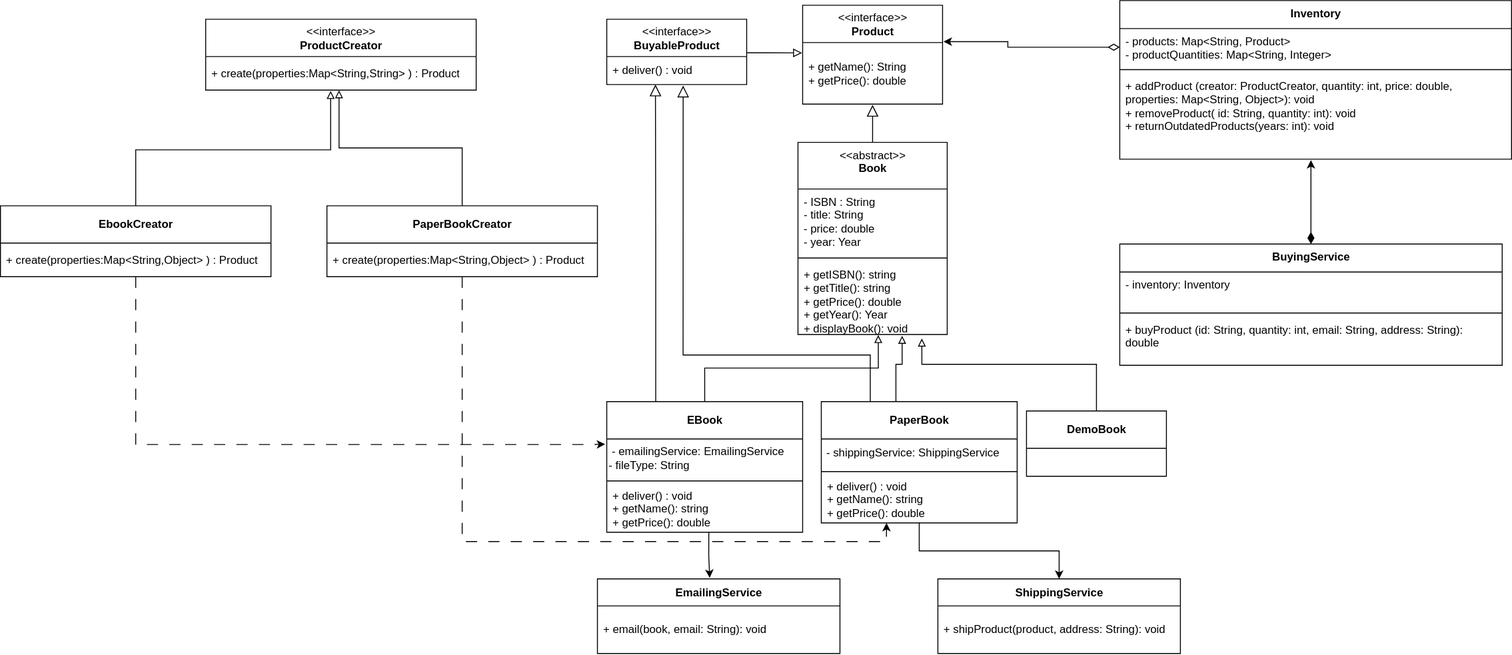
Daniel-Sameh/Fawry-Quantum-Bookstore keeps this draw.io diagram as docs/QuantumBookstore.drawio (2).svg. Above is the earlier version. Source tidied: cells renumbered, new cells last; positions are measured from the earlier drawing's top-left corner, leaving out a move shared by most shapes.
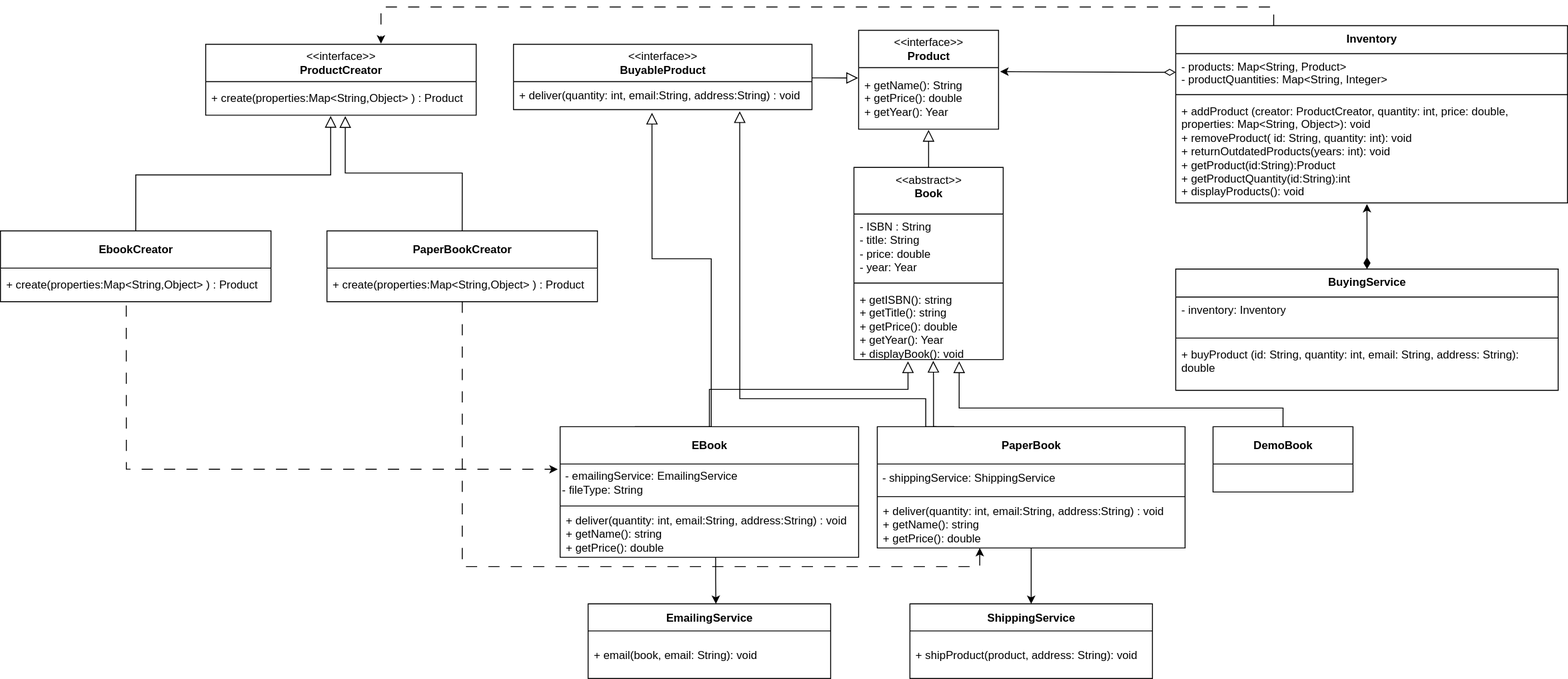
The same diagram one commit later.

The edit, as a diff of the source:
```diff
@@ -5,5 +5,5 @@
     <mxCell id="2" value="&lt;div&gt;&lt;span style=&quot;font-weight: 400;&quot;&gt;&amp;lt;&amp;lt;interface&amp;gt;&amp;gt;&lt;/span&gt;&lt;/div&gt;ProductCreator" style="swimlane;fontStyle=1;align=center;verticalAlign=middle;horizontal=1;startSize=40;html=1;whiteSpace=wrap;" parent="1" vertex="1">
-      <mxGeometry x="220" y="20" width="290" height="76" as="geometry" />
+      <mxGeometry x="160" y="20" width="290" height="76" as="geometry" />
     </mxCell>
-    <mxCell id="3" value="+ create(properties:Map&amp;lt;String,String&amp;gt; ) : Product" style="text;html=1;strokeColor=none;fillColor=none;align=left;verticalAlign=middle;spacingLeft=4;spacingRight=4;overflow=hidden;points=[[0,0.5],[1,0.5]];portConstraint=eastwest;whiteSpace=wrap;" parent="2" vertex="1">
+    <mxCell id="3" value="+ create(properties:Map&amp;lt;String,Object&amp;gt; ) : Product" style="text;html=1;strokeColor=none;fillColor=none;align=left;verticalAlign=middle;spacingLeft=4;spacingRight=4;overflow=hidden;points=[[0,0.5],[1,0.5]];portConstraint=eastwest;whiteSpace=wrap;" parent="2" vertex="1">
       <mxGeometry y="40" width="290" height="36" as="geometry" />
@@ -13,3 +13,3 @@
     </mxCell>
-    <mxCell id="5" value="&lt;div&gt;+ getName(): String&lt;/div&gt;&lt;div&gt;+ getPrice(): double&lt;/div&gt;" style="text;html=1;strokeColor=none;fillColor=none;align=left;verticalAlign=middle;spacingLeft=4;spacingRight=4;overflow=hidden;points=[[0,0.5],[1,0.5]];portConstraint=eastwest;whiteSpace=wrap;" parent="4" vertex="1">
+    <mxCell id="5" value="&lt;div&gt;+ getName(): String&lt;/div&gt;&lt;div&gt;+ getPrice(): double&lt;/div&gt;&lt;div&gt;+ getYear(): Year&lt;/div&gt;" style="text;html=1;strokeColor=none;fillColor=none;align=left;verticalAlign=middle;spacingLeft=4;spacingRight=4;overflow=hidden;points=[[0,0.5],[1,0.5]];portConstraint=eastwest;whiteSpace=wrap;" parent="4" vertex="1">
       <mxGeometry y="40" width="150" height="66" as="geometry" />
@@ -17,3 +17,3 @@
     <mxCell id="6" value="&lt;div&gt;&lt;span style=&quot;background-color: transparent; color: light-dark(rgb(0, 0, 0), rgb(255, 255, 255));&quot;&gt;EbookCreator&lt;/span&gt;&lt;/div&gt;" style="swimlane;fontStyle=1;align=center;verticalAlign=middle;horizontal=1;startSize=40;html=1;whiteSpace=wrap;" parent="1" vertex="1">
-      <mxGeometry y="220" width="290" height="76" as="geometry" />
+      <mxGeometry x="-60" y="220" width="290" height="76" as="geometry" />
     </mxCell>
@@ -23,3 +23,3 @@
     <mxCell id="8" value="&lt;div&gt;&lt;span style=&quot;background-color: transparent; color: light-dark(rgb(0, 0, 0), rgb(255, 255, 255));&quot;&gt;PaperBookCreator&lt;/span&gt;&lt;/div&gt;" style="swimlane;fontStyle=1;align=center;verticalAlign=middle;horizontal=1;startSize=40;html=1;whiteSpace=wrap;" parent="1" vertex="1">
-      <mxGeometry x="350" y="220" width="290" height="76" as="geometry" />
+      <mxGeometry x="290" y="220" width="290" height="76" as="geometry" />
     </mxCell>
@@ -41,21 +41,29 @@
     <mxCell id="14" value="&lt;div&gt;&lt;span style=&quot;background-color: transparent; color: light-dark(rgb(0, 0, 0), rgb(255, 255, 255));&quot;&gt;EBook&lt;/span&gt;&lt;/div&gt;" style="swimlane;fontStyle=1;align=center;verticalAlign=middle;horizontal=1;startSize=40;html=1;whiteSpace=wrap;" parent="1" vertex="1">
-      <mxGeometry x="650" y="430" width="210" height="140" as="geometry" />
+      <mxGeometry x="540" y="430" width="320" height="140" as="geometry" />
     </mxCell>
     <mxCell id="15" value="&amp;nbsp;- emailingService: EmailingService&lt;div&gt;- fileType: String&lt;/div&gt;" style="text;html=1;align=left;verticalAlign=middle;strokeColor=none;fillColor=none;" parent="14" vertex="1">
-      <mxGeometry y="40" width="210" height="40" as="geometry" />
+      <mxGeometry y="40" width="320" height="40" as="geometry" />
     </mxCell>
     <mxCell id="16" style="line;strokeWidth=1;fillColor=none;align=left;verticalAlign=middle;spacingTop=-1;spacingLeft=3;spacingRight=3;labelPosition=right;strokeColor=inherit;" parent="14" vertex="1">
-      <mxGeometry y="80" width="210" height="10" as="geometry" />
+      <mxGeometry y="80" width="320" height="10" as="geometry" />
     </mxCell>
-    <mxCell id="17" value="+ deliver() : void&lt;div&gt;+ getName(): string&lt;div&gt;+ getPrice(): double&lt;/div&gt;&lt;/div&gt;" style="text;html=1;strokeColor=none;fillColor=none;align=left;verticalAlign=middle;spacingLeft=4;spacingRight=4;overflow=hidden;points=[[0,0.5],[1,0.5]];portConstraint=eastwest;whiteSpace=wrap;" parent="14" vertex="1">
-      <mxGeometry y="90" width="210" height="50" as="geometry" />
+    <mxCell id="17" value="+ deliver(quantity: int, email:String, address:String) : void&lt;br&gt;&lt;div&gt;+ getName(): string&lt;div&gt;+ getPrice(): double&lt;/div&gt;&lt;/div&gt;" style="text;html=1;strokeColor=none;fillColor=none;align=left;verticalAlign=middle;spacingLeft=4;spacingRight=4;overflow=hidden;points=[[0,0.5],[1,0.5]];portConstraint=eastwest;whiteSpace=wrap;" parent="14" vertex="1">
+      <mxGeometry y="90" width="320" height="50" as="geometry" />
     </mxCell>
-    <mxCell id="18" style="edgeStyle=orthogonalEdgeStyle;rounded=0;jettySize=auto;html=1;exitX=0.5;exitY=0;exitDx=0;exitDy=0;entryX=0.538;entryY=1.007;entryDx=0;entryDy=0;entryPerimeter=0;endArrow=block;endFill=0;" parent="1" edge="1" source="14" target="13">
-      <mxGeometry relative="1" as="geometry" />
+    <mxCell id="18" style="edgeStyle=orthogonalEdgeStyle;rounded=0;jettySize=auto;html=1;exitX=0.5;exitY=0;exitDx=0;exitDy=0;entryX=0.362;entryY=1.024;entryDx=0;entryDy=0;entryPerimeter=0;endArrow=block;endFill=0;endSize=10;" parent="1" edge="1" source="14" target="13">
+      <mxGeometry relative="1" as="geometry">
+        <Array as="points">
+          <mxPoint x="700" y="390" />
+          <mxPoint x="913" y="390" />
+        </Array>
+      </mxGeometry>
     </mxCell>
-    <mxCell id="19" style="edgeStyle=orthogonalEdgeStyle;rounded=0;jettySize=auto;html=1;entryX=0.698;entryY=1.018;entryDx=0;entryDy=0;entryPerimeter=0;endArrow=block;endFill=0;exitX=0.381;exitY=0.003;exitDx=0;exitDy=0;exitPerimeter=0;" parent="1" edge="1" source="21" target="13">
+    <mxCell id="19" style="edgeStyle=orthogonalEdgeStyle;rounded=0;orthogonalLoop=1;jettySize=auto;html=1;entryX=0.698;entryY=1.018;entryDx=0;entryDy=0;entryPerimeter=0;endArrow=block;endFill=0;exitX=0.273;exitY=0;exitDx=0;exitDy=0;exitPerimeter=0;endSize=10;" parent="1" edge="1">
       <mxGeometry relative="1" as="geometry">
+        <mxPoint x="943.4" y="430" as="sourcePoint" />
+        <mxPoint x="940" y="359.4" as="targetPoint" />
         <Array as="points">
-          <mxPoint x="960" y="390" />
-          <mxPoint x="967" y="390" />
+          <mxPoint x="940.3" y="430" />
+          <mxPoint x="940.3" y="380" />
+          <mxPoint x="940.3" y="380" />
         </Array>
@@ -67,18 +75,18 @@
     <mxCell id="21" value="&lt;div&gt;&lt;span style=&quot;background-color: transparent; color: light-dark(rgb(0, 0, 0), rgb(255, 255, 255));&quot;&gt;PaperBook&lt;/span&gt;&lt;/div&gt;" style="swimlane;fontStyle=1;align=center;verticalAlign=middle;horizontal=1;startSize=40;html=1;whiteSpace=wrap;" parent="1" vertex="1">
-      <mxGeometry x="880" y="430" width="210" height="130" as="geometry" />
+      <mxGeometry x="880" y="430" width="330" height="130" as="geometry" />
     </mxCell>
     <mxCell id="22" value="&amp;nbsp;- shippingService: ShippingService" style="text;html=1;align=left;verticalAlign=middle;strokeColor=none;fillColor=none;" parent="21" vertex="1">
-      <mxGeometry y="40" width="210" height="30" as="geometry" />
+      <mxGeometry y="40" width="330" height="30" as="geometry" />
     </mxCell>
     <mxCell id="23" style="line;strokeWidth=1;fillColor=none;align=left;verticalAlign=middle;spacingTop=-1;spacingLeft=3;spacingRight=3;labelPosition=right;strokeColor=inherit;" parent="21" vertex="1">
-      <mxGeometry y="70" width="210" height="10" as="geometry" />
+      <mxGeometry y="70" width="330" height="10" as="geometry" />
     </mxCell>
-    <mxCell id="24" value="+ deliver() : void&lt;div&gt;+ getName(): string&lt;div&gt;+ getPrice(): double&lt;/div&gt;&lt;/div&gt;" style="text;html=1;strokeColor=none;fillColor=none;align=left;verticalAlign=middle;spacingLeft=4;spacingRight=4;overflow=hidden;points=[[0,0.5],[1,0.5]];portConstraint=eastwest;whiteSpace=wrap;" parent="21" vertex="1">
-      <mxGeometry y="80" width="210" height="50" as="geometry" />
+    <mxCell id="24" value="+ deliver(quantity: int, email:String, address:String) : void&lt;br&gt;&lt;div&gt;+ getName(): string&lt;div&gt;+ getPrice(): double&lt;/div&gt;&lt;/div&gt;" style="text;html=1;strokeColor=none;fillColor=none;align=left;verticalAlign=middle;spacingLeft=4;spacingRight=4;overflow=hidden;points=[[0,0.5],[1,0.5]];portConstraint=eastwest;whiteSpace=wrap;" parent="21" vertex="1">
+      <mxGeometry y="80" width="330" height="50" as="geometry" />
     </mxCell>
-    <mxCell id="25" style="edgeStyle=orthogonalEdgeStyle;rounded=0;jettySize=auto;html=1;exitX=0.5;exitY=0;exitDx=0;exitDy=0;entryX=0.462;entryY=1.024;entryDx=0;entryDy=0;entryPerimeter=0;endArrow=block;endFill=0;" parent="1" edge="1" source="6" target="3">
+    <mxCell id="25" style="edgeStyle=orthogonalEdgeStyle;rounded=0;jettySize=auto;html=1;exitX=0.5;exitY=0;exitDx=0;exitDy=0;entryX=0.462;entryY=1.024;entryDx=0;entryDy=0;entryPerimeter=0;endArrow=block;endFill=0;endSize=10;" parent="1" edge="1" source="6" target="3">
       <mxGeometry relative="1" as="geometry">
         <Array as="points">
-          <mxPoint x="145" y="160" />
-          <mxPoint x="354" y="160" />
+          <mxPoint x="85" y="160" />
+          <mxPoint x="294" y="160" />
         </Array>
@@ -86,10 +94,9 @@
     </mxCell>
-    <mxCell id="26" style="edgeStyle=orthogonalEdgeStyle;rounded=0;jettySize=auto;html=1;exitX=0.5;exitY=0;exitDx=0;exitDy=0;entryX=0.493;entryY=1.003;entryDx=0;entryDy=0;entryPerimeter=0;endArrow=block;endFill=0;" parent="1" edge="1" source="8" target="3">
+    <mxCell id="26" style="edgeStyle=orthogonalEdgeStyle;rounded=0;jettySize=auto;html=1;exitX=0.5;exitY=0;exitDx=0;exitDy=0;endArrow=block;endFill=0;endSize=10;entryX=0.516;entryY=1.028;entryDx=0;entryDy=0;entryPerimeter=0;" parent="1" edge="1" source="8" target="3">
       <mxGeometry relative="1" as="geometry" />
     </mxCell>
-    <mxCell id="27" style="edgeStyle=orthogonalEdgeStyle;rounded=0;jettySize=auto;html=1;entryX=-0.008;entryY=0.326;entryDx=0;entryDy=0;dashed=1;dashPattern=12 12;entryPerimeter=0;" parent="1" edge="1" source="7" target="14">
+    <mxCell id="27" style="edgeStyle=orthogonalEdgeStyle;rounded=0;jettySize=auto;html=1;entryX=-0.008;entryY=0.326;entryDx=0;entryDy=0;dashed=1;dashPattern=12 12;entryPerimeter=0;exitX=0.465;exitY=1.111;exitDx=0;exitDy=0;exitPerimeter=0;" parent="1" edge="1" source="7" target="14">
       <mxGeometry relative="1" as="geometry">
         <Array as="points">
-          <mxPoint x="145" y="476" />
-          <mxPoint x="630" y="476" />
+          <mxPoint x="75" y="476" />
         </Array>
@@ -98,3 +105,3 @@
     <mxCell id="28" value="&lt;div&gt;&lt;span style=&quot;background-color: transparent; color: light-dark(rgb(0, 0, 0), rgb(255, 255, 255));&quot;&gt;Inventory&lt;/span&gt;&lt;/div&gt;" style="swimlane;fontStyle=1;align=center;verticalAlign=top;horizontal=1;startSize=30;whiteSpace=wrap;html=1;" parent="1" vertex="1">
-      <mxGeometry x="1200" width="420" height="170" as="geometry" />
+      <mxGeometry x="1200" width="420" height="190" as="geometry" />
     </mxCell>
@@ -106,10 +113,10 @@
     </mxCell>
-    <mxCell id="31" value="+ addProduct (creator: ProductCreator, quantity: int, price: double, properties: Map&amp;lt;String, Object&amp;gt;): void&lt;div&gt;&lt;div&gt;+ removeProduct( id: String, quantity: int): void&lt;/div&gt;&lt;div&gt;+ returnOutdatedProducts(years: int): void&lt;/div&gt;&lt;/div&gt;" style="text;strokeColor=none;fillColor=none;align=left;verticalAlign=top;spacingLeft=4;spacingRight=4;overflow=hidden;points=[[0,0.5],[1,0.5]];portConstraint=eastwest;whiteSpace=wrap;html=1;" parent="28" vertex="1">
-      <mxGeometry y="78" width="420" height="92" as="geometry" />
+    <mxCell id="31" value="+ addProduct (creator: ProductCreator, quantity: int, price: double, properties: Map&amp;lt;String, Object&amp;gt;): void&lt;div&gt;&lt;div&gt;+ removeProduct( id: String, quantity: int): void&lt;/div&gt;&lt;div&gt;+ returnOutdatedProducts(years: int): void&lt;/div&gt;&lt;/div&gt;&lt;div&gt;+ getProduct(id:String):Product&lt;/div&gt;&lt;div&gt;+ getProductQuantity(id:String):int&lt;/div&gt;&lt;div&gt;+ displayProducts(): void&lt;/div&gt;" style="text;strokeColor=none;fillColor=none;align=left;verticalAlign=top;spacingLeft=4;spacingRight=4;overflow=hidden;points=[[0,0.5],[1,0.5]];portConstraint=eastwest;whiteSpace=wrap;html=1;" parent="28" vertex="1">
+      <mxGeometry y="78" width="420" height="112" as="geometry" />
     </mxCell>
     <mxCell id="32" value="&lt;div&gt;&lt;span style=&quot;background-color: transparent; color: light-dark(rgb(0, 0, 0), rgb(255, 255, 255));&quot;&gt;DemoBook&lt;/span&gt;&lt;/div&gt;" style="swimlane;fontStyle=1;align=center;verticalAlign=middle;horizontal=1;startSize=40;html=1;whiteSpace=wrap;" parent="1" vertex="1">
-      <mxGeometry x="1100" y="440" width="150" height="70" as="geometry" />
+      <mxGeometry x="1240" y="430" width="150" height="70" as="geometry" />
     </mxCell>
     <mxCell id="33" value="ShippingService" style="swimlane;fontStyle=1;align=center;verticalAlign=middle;horizontal=1;startSize=29;html=1;whiteSpace=wrap;" parent="1" vertex="1">
-      <mxGeometry x="1005" y="620" width="260" height="80" as="geometry" />
+      <mxGeometry x="915" y="620" width="260" height="80" as="geometry" />
     </mxCell>
@@ -119,3 +126,3 @@
     <mxCell id="35" value="EmailingService" style="swimlane;fontStyle=1;align=center;verticalAlign=middle;horizontal=1;startSize=29;html=1;whiteSpace=wrap;" parent="1" vertex="1">
-      <mxGeometry x="640" y="620" width="260" height="80" as="geometry" />
+      <mxGeometry x="570" y="620" width="260" height="80" as="geometry" />
     </mxCell>
@@ -136,4 +143,6 @@
     </mxCell>
-    <mxCell id="41" style="edgeStyle=orthogonalEdgeStyle;rounded=0;jettySize=auto;html=1;entryX=0.463;entryY=-0.013;entryDx=0;entryDy=0;entryPerimeter=0;exitX=0.521;exitY=1.007;exitDx=0;exitDy=0;exitPerimeter=0;" parent="1" edge="1" source="17" target="35">
-      <mxGeometry relative="1" as="geometry" />
+    <mxCell id="41" style="edgeStyle=orthogonalEdgeStyle;rounded=0;jettySize=auto;html=1;exitX=0.521;exitY=1.007;exitDx=0;exitDy=0;exitPerimeter=0;" parent="1" edge="1" source="17">
+      <mxGeometry relative="1" as="geometry">
+        <mxPoint x="707" y="620" as="targetPoint" />
+      </mxGeometry>
     </mxCell>
@@ -143,3 +152,8 @@
     <mxCell id="43" style="edgeStyle=orthogonalEdgeStyle;rounded=0;jettySize=auto;html=1;entryX=0.488;entryY=1.011;entryDx=0;entryDy=0;entryPerimeter=0;startArrow=diamondThin;startFill=1;startSize=10;" parent="1" edge="1" source="37" target="31">
-      <mxGeometry relative="1" as="geometry" />
+      <mxGeometry relative="1" as="geometry">
+        <Array as="points">
+          <mxPoint x="1405" y="210" />
+          <mxPoint x="1405" y="210" />
+        </Array>
+      </mxGeometry>
     </mxCell>
@@ -148,7 +162,7 @@
     </mxCell>
-    <mxCell id="45" style="edgeStyle=orthogonalEdgeStyle;rounded=0;jettySize=auto;html=1;entryX=0.83;entryY=1.056;entryDx=0;entryDy=0;entryPerimeter=0;endArrow=block;endFill=0;" parent="1" edge="1" source="32" target="13">
+    <mxCell id="45" style="edgeStyle=orthogonalEdgeStyle;rounded=0;jettySize=auto;html=1;entryX=0.705;entryY=1.024;entryDx=0;entryDy=0;entryPerimeter=0;endArrow=block;endFill=0;exitX=0.5;exitY=0;exitDx=0;exitDy=0;endSize=10;" parent="1" edge="1" source="32" target="13">
       <mxGeometry relative="1" as="geometry">
         <Array as="points">
-          <mxPoint x="1175" y="390" />
-          <mxPoint x="988" y="390" />
+          <mxPoint x="1315" y="410" />
+          <mxPoint x="968" y="410" />
         </Array>
@@ -157,12 +171,12 @@
     <mxCell id="46" value="&lt;div&gt;&lt;span style=&quot;font-weight: 400;&quot;&gt;&amp;lt;&amp;lt;interface&amp;gt;&amp;gt;&lt;/span&gt;&lt;/div&gt;BuyableProduct" style="swimlane;fontStyle=1;align=center;verticalAlign=middle;horizontal=1;startSize=40;html=1;whiteSpace=wrap;" parent="1" vertex="1">
-      <mxGeometry x="650" y="20" width="150" height="70" as="geometry" />
+      <mxGeometry x="490" y="20" width="320" height="70" as="geometry" />
     </mxCell>
-    <mxCell id="47" value="+ deliver() : void" style="text;html=1;strokeColor=none;fillColor=none;align=left;verticalAlign=middle;spacingLeft=4;spacingRight=4;overflow=hidden;points=[[0,0.5],[1,0.5]];portConstraint=eastwest;whiteSpace=wrap;" parent="46" vertex="1">
-      <mxGeometry y="40" width="150" height="30" as="geometry" />
+    <mxCell id="47" value="+ deliver(quantity: int, email:String, address:String) : void" style="text;html=1;strokeColor=none;fillColor=none;align=left;verticalAlign=middle;spacingLeft=4;spacingRight=4;overflow=hidden;points=[[0,0.5],[1,0.5]];portConstraint=eastwest;whiteSpace=wrap;" parent="46" vertex="1">
+      <mxGeometry y="40" width="320" height="30" as="geometry" />
     </mxCell>
-    <mxCell id="48" style="edgeStyle=orthogonalEdgeStyle;rounded=0;jettySize=auto;html=1;exitX=0;exitY=0.5;exitDx=0;exitDy=0;entryX=1.007;entryY=-0.015;entryDx=0;entryDy=0;startArrow=diamondThin;startFill=0;startSize=10;entryPerimeter=0;" parent="1" edge="1" source="29" target="5">
+    <mxCell id="48" style="edgeStyle=orthogonalEdgeStyle;rounded=0;jettySize=auto;html=1;exitX=0;exitY=0.5;exitDx=0;exitDy=0;entryX=1.012;entryY=0.065;entryDx=0;entryDy=0;startArrow=diamondThin;startFill=0;startSize=10;entryPerimeter=0;" parent="1" edge="1" source="29" target="5">
       <mxGeometry relative="1" as="geometry">
         <Array as="points">
-          <mxPoint x="1080" y="50" />
-          <mxPoint x="1080" y="44" />
+          <mxPoint x="1170" y="50" />
+          <mxPoint x="1170" y="49" />
         </Array>
@@ -170,3 +184,3 @@
     </mxCell>
-    <mxCell id="49" style="edgeStyle=orthogonalEdgeStyle;rounded=0;jettySize=auto;html=1;entryX=-0.004;entryY=0.168;entryDx=0;entryDy=0;entryPerimeter=0;endArrow=block;endFill=0;endSize=7;" parent="1" edge="1" source="46" target="5">
+    <mxCell id="49" style="edgeStyle=orthogonalEdgeStyle;rounded=0;jettySize=auto;html=1;entryX=-0.004;entryY=0.168;entryDx=0;entryDy=0;entryPerimeter=0;endArrow=block;endFill=0;endSize=10;" parent="1" edge="1" source="46" target="5">
       <mxGeometry relative="1" as="geometry">
@@ -178,10 +192,16 @@
     </mxCell>
-    <mxCell id="50" style="edgeStyle=orthogonalEdgeStyle;rounded=0;jettySize=auto;html=1;exitX=0.25;exitY=0;exitDx=0;exitDy=0;entryX=0.348;entryY=1;entryDx=0;entryDy=0;entryPerimeter=0;endArrow=block;endFill=0;endSize=10;" parent="1" edge="1" source="14" target="47">
-      <mxGeometry relative="1" as="geometry" />
+    <mxCell id="50" style="edgeStyle=orthogonalEdgeStyle;rounded=0;jettySize=auto;html=1;exitX=0.25;exitY=0;exitDx=0;exitDy=0;entryX=0.464;entryY=1.111;entryDx=0;entryDy=0;entryPerimeter=0;endArrow=block;endFill=0;endSize=10;" parent="1" edge="1" source="14" target="47">
+      <mxGeometry relative="1" as="geometry">
+        <Array as="points">
+          <mxPoint x="702" y="250" />
+          <mxPoint x="638" y="250" />
+        </Array>
+      </mxGeometry>
     </mxCell>
-    <mxCell id="51" style="edgeStyle=orthogonalEdgeStyle;rounded=0;jettySize=auto;html=1;exitX=0.25;exitY=0;exitDx=0;exitDy=0;entryX=0.546;entryY=1.039;entryDx=0;entryDy=0;entryPerimeter=0;endArrow=block;endFill=0;endSize=10;" parent="1" edge="1" source="21" target="47">
+    <mxCell id="51" style="edgeStyle=orthogonalEdgeStyle;rounded=0;jettySize=auto;html=1;exitX=0.25;exitY=0;exitDx=0;exitDy=0;entryX=0.758;entryY=1.058;entryDx=0;entryDy=0;entryPerimeter=0;endArrow=block;endFill=0;endSize=10;" parent="1" edge="1" source="21" target="47">
       <mxGeometry relative="1" as="geometry">
         <Array as="points">
-          <mxPoint x="933" y="380" />
-          <mxPoint x="732" y="380" />
+          <mxPoint x="932" y="430" />
+          <mxPoint x="932" y="400" />
+          <mxPoint x="733" y="400" />
         </Array>
@@ -189,2 +209,5 @@
     </mxCell>
+    <mxCell id="52" style="edgeStyle=orthogonalEdgeStyle;rounded=0;jettySize=auto;html=1;exitX=0.25;exitY=0;exitDx=0;exitDy=0;entryX=0.648;entryY=-0.009;entryDx=0;entryDy=0;entryPerimeter=0;dashed=1;dashPattern=12 12;" parent="1" edge="1" source="28" target="2">
+      <mxGeometry relative="1" as="geometry" />
+    </mxCell>
   </root>
```
